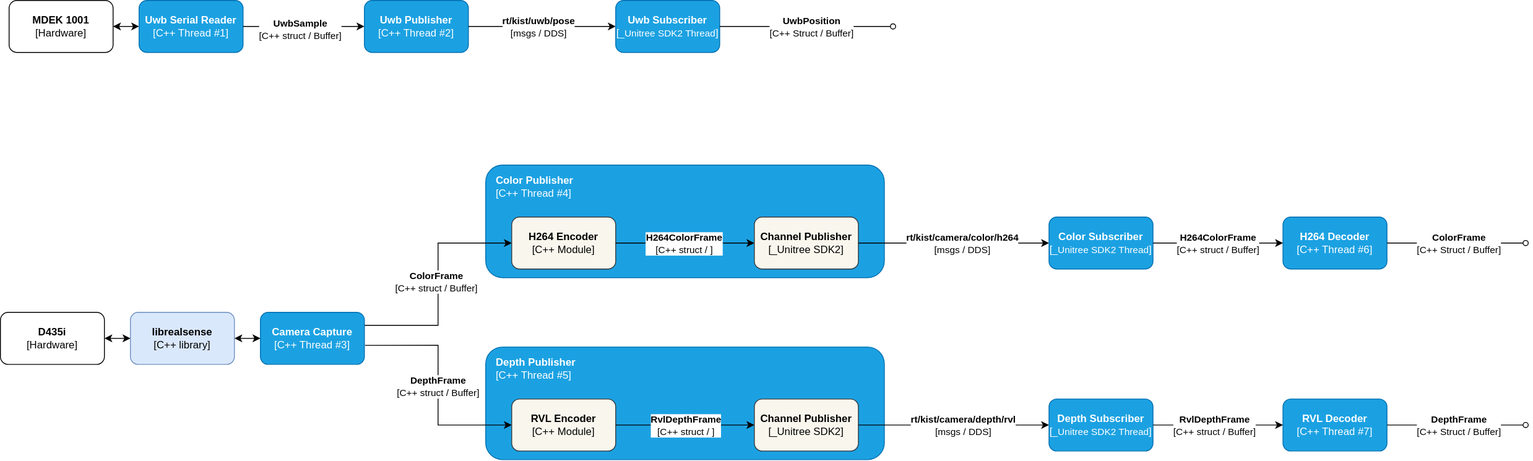
Earlier version of the draw.io export docs/kist-ext-sensor-io.svg (Safety-Node/kist-ext-sensor-io). Source tidied: cells renumbered, new cells last; positions are measured from the earlier drawing's top-left corner, leaving out a move shared by most shapes.
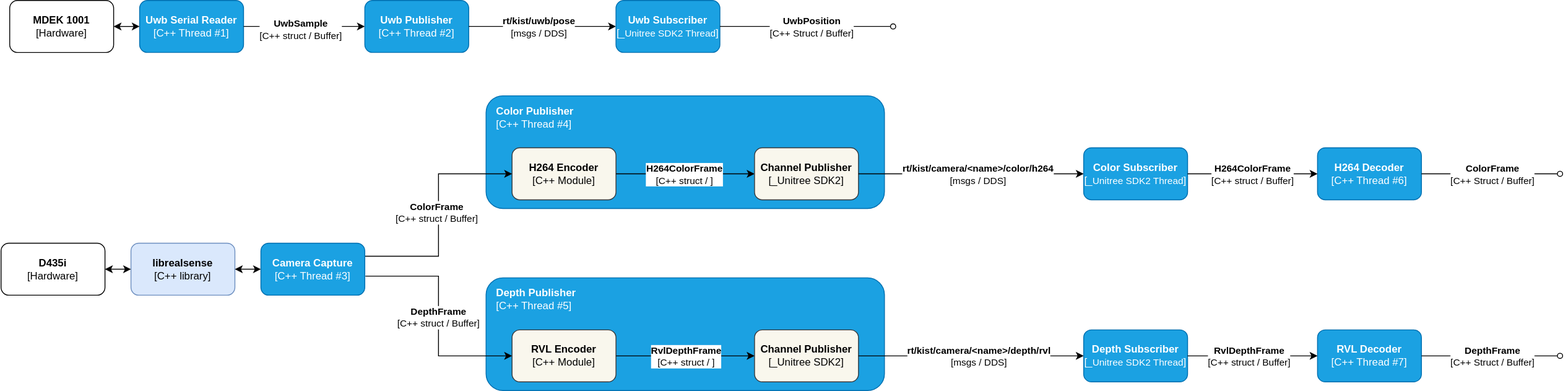
After the change.

Commit message:
docs: architecture diagram — camera topics namespaced by <name>

rt/kist/camera/<name>/color/h264 and .../depth/rvl to reflect the
per-camera topic namespacing (multi-camera).

The edit, as a diff of the source:
```diff
@@ -9,10 +9,10 @@
       <mxGeometry x="560" y="190" width="460" height="130" as="geometry" />
     </mxCell>
     <mxCell id="4" value="&lt;b&gt;Uwb Serial Reader&lt;/b&gt;&lt;div&gt;[C++ Thread #1]&lt;/div&gt;" style="rounded=1;whiteSpace=wrap;html=1;fillColor=#1ba1e2;fontColor=#ffffff;strokeColor=#006EAF;" parent="1" vertex="1">
-      <mxGeometry x="160" width="120" height="60" as="geometry" />
+      <mxGeometry x="160" y="80" width="120" height="60" as="geometry" />
     </mxCell>
     <mxCell id="5" value="&lt;b&gt;Uwb Publisher&lt;/b&gt;&lt;div&gt;[C++ Thread #2]&lt;/div&gt;" style="rounded=1;whiteSpace=wrap;html=1;fillColor=#1ba1e2;fontColor=#ffffff;strokeColor=#006EAF;" parent="1" vertex="1">
-      <mxGeometry x="420" width="120" height="60" as="geometry" />
+      <mxGeometry x="420" y="80" width="120" height="60" as="geometry" />
     </mxCell>
     <mxCell id="6" style="endArrow=classic;html=1;rounded=0;exitX=1;exitY=0.5;exitDx=0;exitDy=0;entryX=0;entryY=0.5;entryDx=0;entryDy=0;" parent="1" edge="1" source="4" target="5">
       <mxGeometry relative="1" as="geometry" />
@@ -21,7 +21,7 @@
       <mxGeometry x="-0.07" y="-3" relative="1" as="geometry" />
     </mxCell>
     <mxCell id="8" value="&lt;b&gt;MDEK 1001&lt;/b&gt;&lt;div&gt;[Hardware]&lt;/div&gt;" style="rounded=1;whiteSpace=wrap;html=1;" parent="1" vertex="1">
-      <mxGeometry x="10" width="120" height="60" as="geometry" />
+      <mxGeometry x="10" y="80" width="120" height="60" as="geometry" />
     </mxCell>
     <mxCell id="9" style="endArrow=classic;startArrow=classic;html=1;rounded=0;exitX=1;exitY=0.5;exitDx=0;exitDy=0;entryX=0;entryY=0.5;entryDx=0;entryDy=0;" parent="1" edge="1" source="8" target="4">
       <mxGeometry relative="1" as="geometry" />
@@ -35,11 +35,11 @@
       </mxGeometry>
     </mxCell>
     <mxCell id="12" value="&lt;b&gt;Uwb Subscriber&lt;/b&gt;&lt;div&gt;[&lt;font style=&quot;font-size: 11px;&quot;&gt;_Unitree SDK2 Thread&lt;/font&gt;]&lt;/div&gt;" style="rounded=1;whiteSpace=wrap;html=1;fillColor=#1ba1e2;strokeColor=#006EAF;fontColor=#ffffff;" parent="1" vertex="1">
-      <mxGeometry x="710" width="120" height="60" as="geometry" />
+      <mxGeometry x="710" y="80" width="120" height="60" as="geometry" />
     </mxCell>
     <mxCell id="13" style="endArrow=oval;html=1;rounded=0;exitX=1;exitY=0.5;exitDx=0;exitDy=0;endFill=0;" parent="1" edge="1" source="12">
       <mxGeometry relative="1" as="geometry">
-        <mxPoint x="1030" y="30" as="targetPoint" />
+        <mxPoint x="1030" y="110" as="targetPoint" />
       </mxGeometry>
     </mxCell>
     <mxCell id="14" value="&lt;b&gt;UwbPosition&lt;/b&gt;&lt;div&gt;[C++ Struct / Buffer]&lt;/div&gt;" style="edgeLabel;html=1;align=center;verticalAlign=middle;" parent="13" vertex="1">
@@ -111,7 +111,7 @@
     <mxCell id="34" style="endArrow=classic;html=1;rounded=0;exitX=1;exitY=0.5;exitDx=0;exitDy=0;entryX=0;entryY=0.5;entryDx=0;entryDy=0;" parent="1" edge="1" source="28" target="39">
       <mxGeometry relative="1" as="geometry" />
     </mxCell>
-    <mxCell id="35" value="&lt;b&gt;rt/kist/camera/color/h264&lt;/b&gt;&lt;div&gt;[msgs / DDS]&lt;/div&gt;" style="edgeLabel;html=1;align=center;verticalAlign=middle;" parent="34" vertex="1">
+    <mxCell id="35" value="&lt;b&gt;rt/kist/camera/&amp;lt;name&amp;gt;/color/h264&lt;/b&gt;&lt;div&gt;[msgs / DDS]&lt;/div&gt;" style="edgeLabel;html=1;align=center;verticalAlign=middle;" parent="34" vertex="1">
       <mxGeometry x="-0.11" y="1" relative="1" as="geometry">
         <mxPoint x="21" y="1" as="offset" />
       </mxGeometry>
@@ -119,25 +119,25 @@
     <mxCell id="36" style="endArrow=classic;html=1;rounded=0;exitX=1;exitY=0.5;exitDx=0;exitDy=0;entryX=0;entryY=0.5;entryDx=0;entryDy=0;" parent="1" edge="1" source="31" target="38">
       <mxGeometry relative="1" as="geometry" />
     </mxCell>
-    <mxCell id="37" value="&lt;b&gt;rt/kist/camera/depth/rvl&lt;/b&gt;&lt;div&gt;[msgs / DDS]&lt;/div&gt;" style="edgeLabel;html=1;align=center;verticalAlign=middle;" parent="36" vertex="1">
+    <mxCell id="37" value="&lt;b&gt;rt/kist/camera/&amp;lt;name&amp;gt;/depth/rvl&lt;/b&gt;&lt;div&gt;[msgs / DDS]&lt;/div&gt;" style="edgeLabel;html=1;align=center;verticalAlign=middle;" parent="36" vertex="1">
       <mxGeometry x="-0.07" y="2" relative="1" as="geometry">
         <mxPoint x="17" y="2" as="offset" />
       </mxGeometry>
     </mxCell>
     <mxCell id="38" value="&lt;b&gt;Depth Subscriber&lt;/b&gt;&lt;div&gt;[&lt;font style=&quot;font-size: 11px;&quot;&gt;_Unitree SDK2 Thread&lt;/font&gt;]&lt;/div&gt;" style="rounded=1;whiteSpace=wrap;html=1;fillColor=#1ba1e2;fontColor=#ffffff;strokeColor=#006EAF;" parent="1" vertex="1">
-      <mxGeometry x="1210" y="460" width="120" height="60" as="geometry" />
+      <mxGeometry x="1250" y="460" width="120" height="60" as="geometry" />
     </mxCell>
     <mxCell id="39" value="&lt;b&gt;Color Subscriber&lt;/b&gt;&lt;div&gt;[&lt;font style=&quot;font-size: 11px;&quot;&gt;_Unitree SDK2 Thread&lt;/font&gt;]&lt;/div&gt;" style="rounded=1;whiteSpace=wrap;html=1;fillColor=#1ba1e2;fontColor=#ffffff;strokeColor=#006EAF;" parent="1" vertex="1">
-      <mxGeometry x="1210" y="250" width="120" height="60" as="geometry" />
+      <mxGeometry x="1250" y="250" width="120" height="60" as="geometry" />
     </mxCell>
     <mxCell id="40" value="&lt;b&gt;RVL Decoder&lt;/b&gt;&lt;br&gt;&lt;div&gt;[C++ Thread #7]&lt;/div&gt;" style="rounded=1;whiteSpace=wrap;html=1;fillColor=#1ba1e2;fontColor=#ffffff;strokeColor=#006EAF;" parent="1" vertex="1">
-      <mxGeometry x="1480" y="460" width="120" height="60" as="geometry" />
+      <mxGeometry x="1520" y="460" width="120" height="60" as="geometry" />
     </mxCell>
     <mxCell id="41" value="&lt;b&gt;&lt;font style=&quot;color: rgb(255, 255, 255);&quot;&gt;Color Subscriber&lt;/font&gt;&lt;/b&gt;&lt;div&gt;&lt;font style=&quot;color: rgb(255, 255, 255);&quot;&gt;[C++ Thread #6]&lt;/font&gt;&lt;/div&gt;" style="text;html=1;whiteSpace=wrap;strokeColor=none;fillColor=none;align=left;verticalAlign=middle;rounded=0;" parent="1" vertex="1">
-      <mxGeometry x="1180" y="60" width="180" height="30" as="geometry" />
+      <mxGeometry x="1180" y="140" width="180" height="30" as="geometry" />
     </mxCell>
     <mxCell id="42" value="&lt;div&gt;&lt;b&gt;H264 Decoder&lt;/b&gt;&lt;/div&gt;&lt;div&gt;[C++ Thread #6]&lt;/div&gt;" style="rounded=1;whiteSpace=wrap;html=1;fillColor=#1ba1e2;fontColor=#ffffff;strokeColor=#006EAF;" parent="1" vertex="1">
-      <mxGeometry x="1480" y="250" width="120" height="60" as="geometry" />
+      <mxGeometry x="1520" y="250" width="120" height="60" as="geometry" />
     </mxCell>
     <mxCell id="43" style="endArrow=classic;html=1;rounded=0;exitX=1;exitY=0.5;exitDx=0;exitDy=0;entryX=0;entryY=0.5;entryDx=0;entryDy=0;" parent="1" edge="1" source="39" target="42">
       <mxGeometry relative="1" as="geometry" />
@@ -151,11 +151,11 @@
       <mxGeometry relative="1" as="geometry" />
     </mxCell>
     <mxCell id="46" value="&lt;b&gt;RvlDepthFrame&lt;/b&gt;&lt;div&gt;[C++ struct / Buffer]&lt;/div&gt;" style="edgeLabel;html=1;align=center;verticalAlign=middle;" parent="1" vertex="1">
-      <mxGeometry x="1400" y="490" as="geometry" />
+      <mxGeometry x="1440" y="490" as="geometry" />
     </mxCell>
     <mxCell id="47" style="endArrow=oval;html=1;rounded=0;exitX=1;exitY=0.5;exitDx=0;exitDy=0;endFill=0;" parent="1" edge="1" source="42">
       <mxGeometry relative="1" as="geometry">
-        <mxPoint x="1760" y="280" as="targetPoint" />
+        <mxPoint x="1800" y="280" as="targetPoint" />
       </mxGeometry>
     </mxCell>
     <mxCell id="48" value="&lt;div&gt;&lt;b&gt;ColorFrame&lt;/b&gt;&lt;/div&gt;&lt;div&gt;[C++ Struct / Buffer]&lt;/div&gt;" style="edgeLabel;html=1;align=center;verticalAlign=middle;" parent="47" vertex="1">
@@ -165,7 +165,7 @@
     </mxCell>
     <mxCell id="49" style="endArrow=oval;html=1;rounded=0;exitX=1;exitY=0.5;exitDx=0;exitDy=0;endFill=0;" parent="1" edge="1" source="40">
       <mxGeometry relative="1" as="geometry">
-        <mxPoint x="1760" y="490" as="targetPoint" />
+        <mxPoint x="1800" y="490" as="targetPoint" />
       </mxGeometry>
     </mxCell>
     <mxCell id="50" value="&lt;div&gt;&lt;b&gt;DepthFrame&lt;/b&gt;&lt;/div&gt;&lt;div&gt;[C++ Struct / Buffer]&lt;/div&gt;" style="edgeLabel;html=1;align=center;verticalAlign=middle;" parent="49" vertex="1">
```
